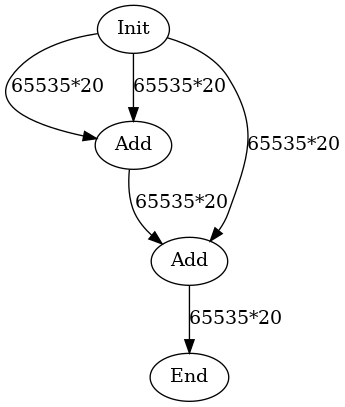
Before: data/graph_poly.dot.png, a diagram exported from Graphviz (hal-lab-u-tokyo/PolyFHE). Its source is kept beside it as data/graph_poly.dot.
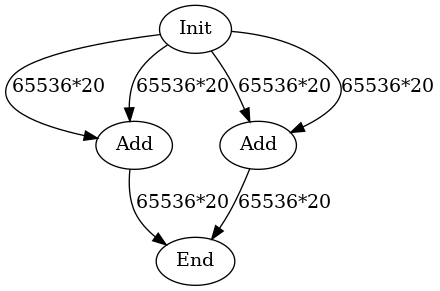
The same diagram one commit later.

The edit, as a diff of the source:
```diff
@@ -3,9 +3,10 @@
 Add0[label="Add"];
 Add1[label="Add"];
 End[label="End"];
-Init -> Add0[label="65535*20"];
-Init -> Add0[label="65535*20"];
-Add0 -> Add1[label="65535*20"];
-Init -> Add1[label="65535*20"];
-Add1 -> End[label="65535*20"];
+Init->Add0[label="65536*20"];
+Init->Add0[label="65536*20"];
+Init->Add1[label="65536*20"];
+Init->Add1[label="65536*20"];
+Add0->End[label="65536*20"];
+Add1->End[label="65536*20"];
 }
```
